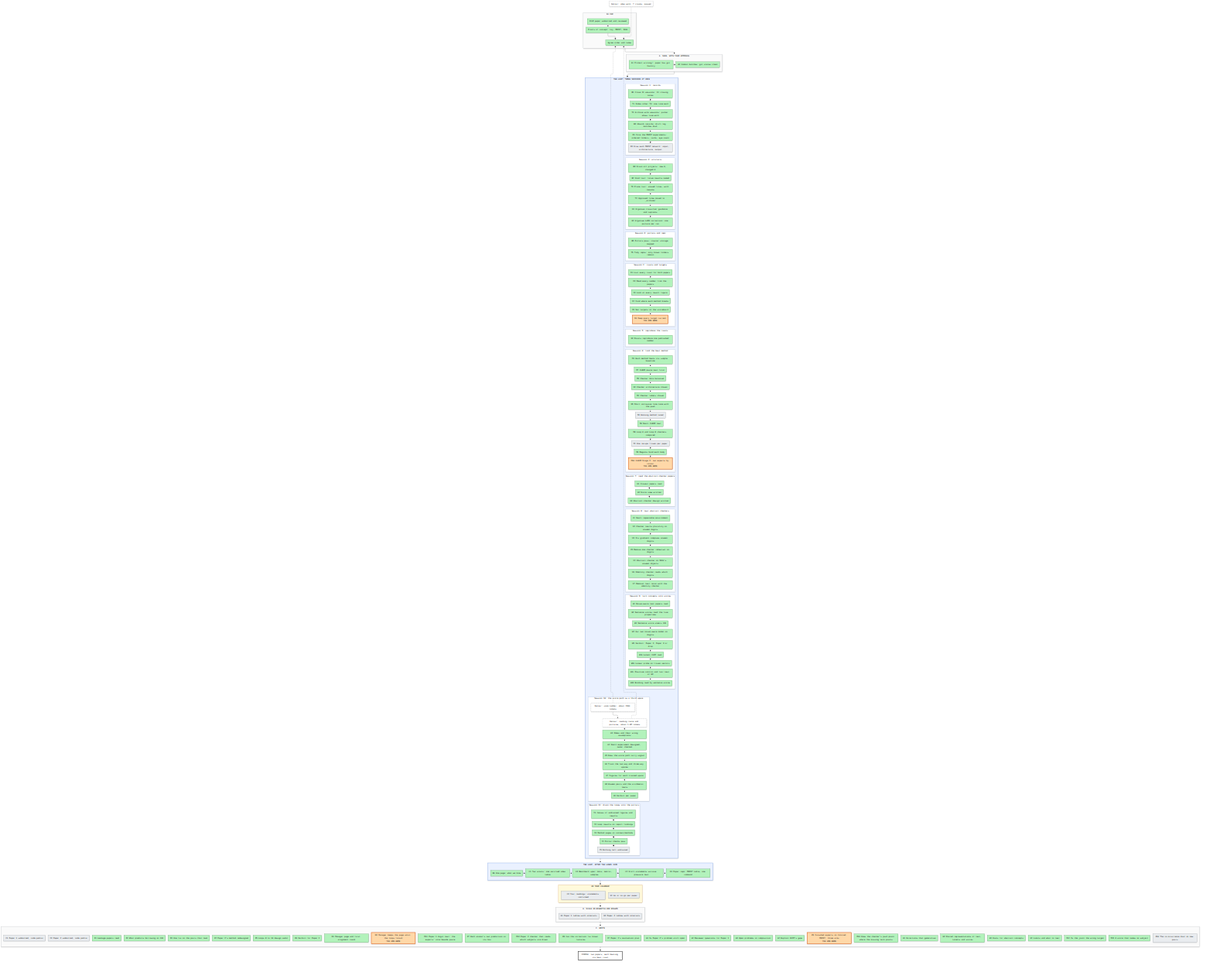
The Mermaid diagram artifacts/notes/progress/map.png in mo-rsa24/concept-composition, before a commit. Its source is kept beside it as artifacts/notes/progress/map.mmd.
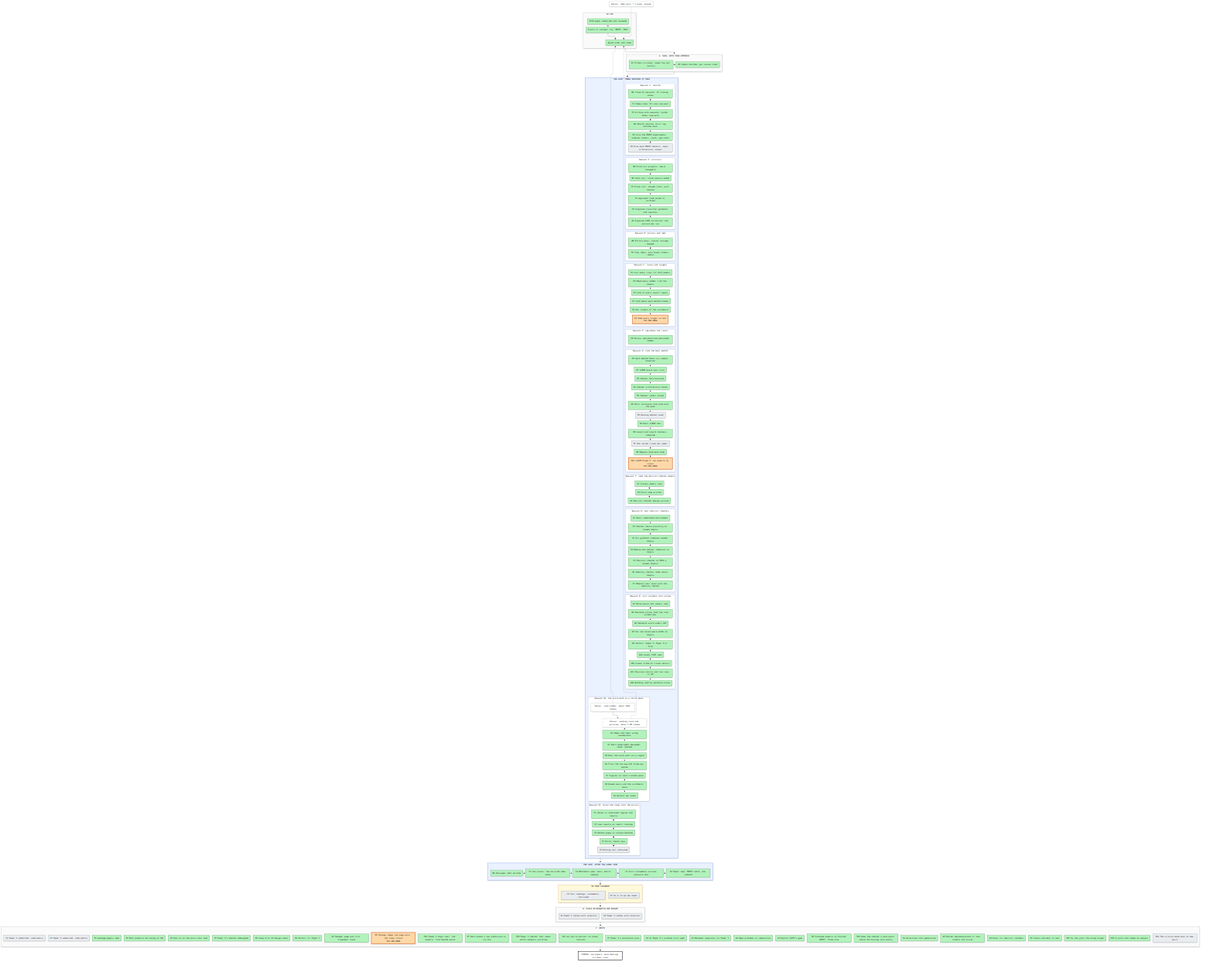
Later version of the same file.

Commit message:
Manager: Z9 done, 0.4 GPU-hours over; Z10 told to start

Diff of the diagram source:
```diff
@@ -74,7 +74,7 @@
   end
   subgraph SF["F. WRITE"]
     direction LR
-    F1["F1 Paper 1 submitted, code public"]:::todo ~~~ F2["F2 Paper 2 submitted, code public"]:::todo ~~~ Z1["Z1 Leakage papers read"]:::done ~~~ Z2["Z2 What predicts borrowing on CO3"]:::done ~~~ Z3["Z3 One fix on the pairs that leak"]:::done ~~~ Z4["Z4 Paper 2's method redesigned"]:::done ~~~ Z5["Z5 Loops 8 to 10 design audit"]:::done ~~~ Z6["Z6 Verdict for Paper 2"]:::done ~~~ N1["N1 Manager page and first alignment round"]:::done ~~~ N2["N2 Manager keeps the page until the loops finish<br/>YOU ARE HERE"]:::doing ~~~ M11["M11 Paper 1 digit test: the experts' vote beside paste"]:::done ~~~ Z7["Z7 Each animal's own prediction in its box"]:::done ~~~ M12["M12 Paper 2 checker that reads which subjects are drawn"]:::done ~~~ Z8["Z8 Can the correction fix known failures"]:::done ~~~ K7["K7 Paper 1's evaluation plan"]:::done ~~~ G1["G1 Is Paper 2's problem still open"]:::done ~~~ G2["G2 Reviewer questions for Paper 1"]:::done ~~~ G3["G3 Open problems in composition"]:::done ~~~ G4["G4 Exploit DCFM's gaps"]:::done ~~~ Z9["Z9 Finished experts on Colored MNIST, three arms<br/>YOU ARE HERE"]:::doing ~~~ M13["M13 Does the checker's push point where the missing term points"]:::done ~~~ H1["H1 Directions that generalise"]:::done ~~~ H2["H2 Shared representations of text, latents and scores"]:::done ~~~ H3["H3 Dials for abstract concepts"]:::done ~~~ H4["H4 Limits and what to test"]:::done ~~~ M14["M14 Is the joint the wrong target"]:::done ~~~ M15["M15 A score that names no subject"]:::done ~~~ Z10["Z10 The co-occurrence dial on new pairs"]:::todo
+    F1["F1 Paper 1 submitted, code public"]:::todo ~~~ F2["F2 Paper 2 submitted, code public"]:::todo ~~~ Z1["Z1 Leakage papers read"]:::done ~~~ Z2["Z2 What predicts borrowing on CO3"]:::done ~~~ Z3["Z3 One fix on the pairs that leak"]:::done ~~~ Z4["Z4 Paper 2's method redesigned"]:::done ~~~ Z5["Z5 Loops 8 to 10 design audit"]:::done ~~~ Z6["Z6 Verdict for Paper 2"]:::done ~~~ N1["N1 Manager page and first alignment round"]:::done ~~~ N2["N2 Manager keeps the page until the loops finish<br/>YOU ARE HERE"]:::doing ~~~ M11["M11 Paper 1 digit test: the experts' vote beside paste"]:::done ~~~ Z7["Z7 Each animal's own prediction in its box"]:::done ~~~ M12["M12 Paper 2 checker that reads which subjects are drawn"]:::done ~~~ Z8["Z8 Can the correction fix known failures"]:::done ~~~ K7["K7 Paper 1's evaluation plan"]:::done ~~~ G1["G1 Is Paper 2's problem still open"]:::done ~~~ G2["G2 Reviewer questions for Paper 1"]:::done ~~~ G3["G3 Open problems in composition"]:::done ~~~ G4["G4 Exploit DCFM's gaps"]:::done ~~~ Z9["Z9 Finished experts on Colored MNIST, three arms"]:::done ~~~ M13["M13 Does the checker's push point where the missing term points"]:::done ~~~ H1["H1 Directions that generalise"]:::done ~~~ H2["H2 Shared representations of text, latents and scores"]:::done ~~~ H3["H3 Dials for abstract concepts"]:::done ~~~ H4["H4 Limits and what to test"]:::done ~~~ M14["M14 Is the joint the wrong target"]:::done ~~~ M15["M15 A score that names no subject"]:::done ~~~ Z10["Z10 The co-occurrence dial on new pairs"]:::todo
   end
   GOAL["FINISH: two papers, each beating its best rival"]:::goal
   X0["Detour: idea walk, 7 claims, paused"]:::detour -.-> P2
```
